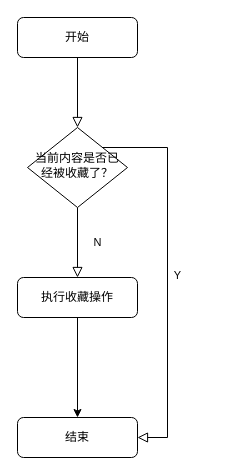
caixintian123/flowChart keeps this draw.io diagram as Untitled Diagram.drawio. Above is the earlier version. Source tidied: cells renumbered, new cells numbered last; positions are measured from the earlier drawing's top-left corner, leaving out a move shared by most shapes. Both pictures are drawn from the tidied source at 100%, with x=0, y=0 at pixel (17, 17).
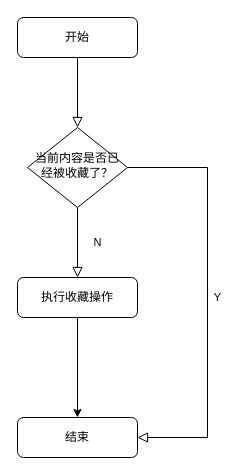
The same diagram, later.

Diff of the diagram source:
```diff
@@
 <mxGraphModel>
   <root>
     <mxCell id="0" />
     <mxCell id="1" parent="0" />
     <mxCell id="2" style="rounded=0;html=1;jettySize=auto;fontSize=11;endArrow=block;endFill=0;endSize=8;strokeWidth=1;shadow=0;labelBackgroundColor=none;edgeStyle=orthogonalEdgeStyle;" parent="1" edge="1" source="3" target="6">
       <mxGeometry relative="1" as="geometry" />
     </mxCell>
     <mxCell id="3" value="开始" style="rounded=1;whiteSpace=wrap;html=1;fontSize=12;glass=0;strokeWidth=1;shadow=0;" parent="1" vertex="1">
       <mxGeometry width="120" height="40" as="geometry" />
     </mxCell>
     <mxCell id="4" value="N" style="rounded=0;html=1;jettySize=auto;fontSize=11;endArrow=block;endFill=0;endSize=8;strokeWidth=1;shadow=0;labelBackgroundColor=none;edgeStyle=orthogonalEdgeStyle;" parent="1" edge="1" source="6" target="9">
       <mxGeometry y="20" relative="1" as="geometry" />
     </mxCell>
-    <mxCell id="5" value="Y" style="edgeStyle=orthogonalEdgeStyle;rounded=0;html=1;jettySize=auto;fontSize=11;endArrow=block;endFill=0;endSize=8;strokeWidth=1;shadow=0;labelBackgroundColor=none;" parent="1" edge="1" source="6" target="7">
+    <mxCell id="5" value="Y" style="edgeStyle=orthogonalEdgeStyle;rounded=0;html=1;jettySize=auto;fontSize=11;endArrow=block;endFill=0;endSize=8;strokeWidth=1;shadow=0;labelBackgroundColor=none;exitX=1;exitY=0.5;exitDx=0;exitDy=0;" parent="1" edge="1" source="6" target="7">
       <mxGeometry y="10" relative="1" as="geometry">
         <Array as="points">
-          <mxPoint x="150" y="130" />
-          <mxPoint x="150" y="420" />
+          <mxPoint x="190" y="150" />
+          <mxPoint x="190" y="420" />
         </Array>
       </mxGeometry>
     </mxCell>
     <mxCell id="6" value="当前内容是否已经被收藏了？" style="rhombus;whiteSpace=wrap;html=1;shadow=0;fontFamily=Helvetica;fontSize=12;align=center;strokeWidth=1;spacing=6;spacingTop=-4;" parent="1" vertex="1">
       <mxGeometry x="10" y="110" width="100" height="80" as="geometry" />
     </mxCell>
     <mxCell id="7" value="结束" style="rounded=1;whiteSpace=wrap;html=1;fontSize=12;glass=0;strokeWidth=1;shadow=0;" parent="1" vertex="1">
       <mxGeometry y="400" width="120" height="40" as="geometry" />
     </mxCell>
     <mxCell id="8" style="edgeStyle=orthogonalEdgeStyle;rounded=0;jettySize=auto;html=1;exitX=0.5;exitY=1;exitDx=0;exitDy=0;" parent="1" edge="1" source="9" target="7">
       <mxGeometry relative="1" as="geometry" />
     </mxCell>
     <mxCell id="9" value="执行收藏操作" style="rounded=1;whiteSpace=wrap;html=1;fontSize=12;glass=0;strokeWidth=1;shadow=0;" parent="1" vertex="1">
       <mxGeometry y="260" width="120" height="40" as="geometry" />
     </mxCell>
   </root>
 </mxGraphModel>
```
